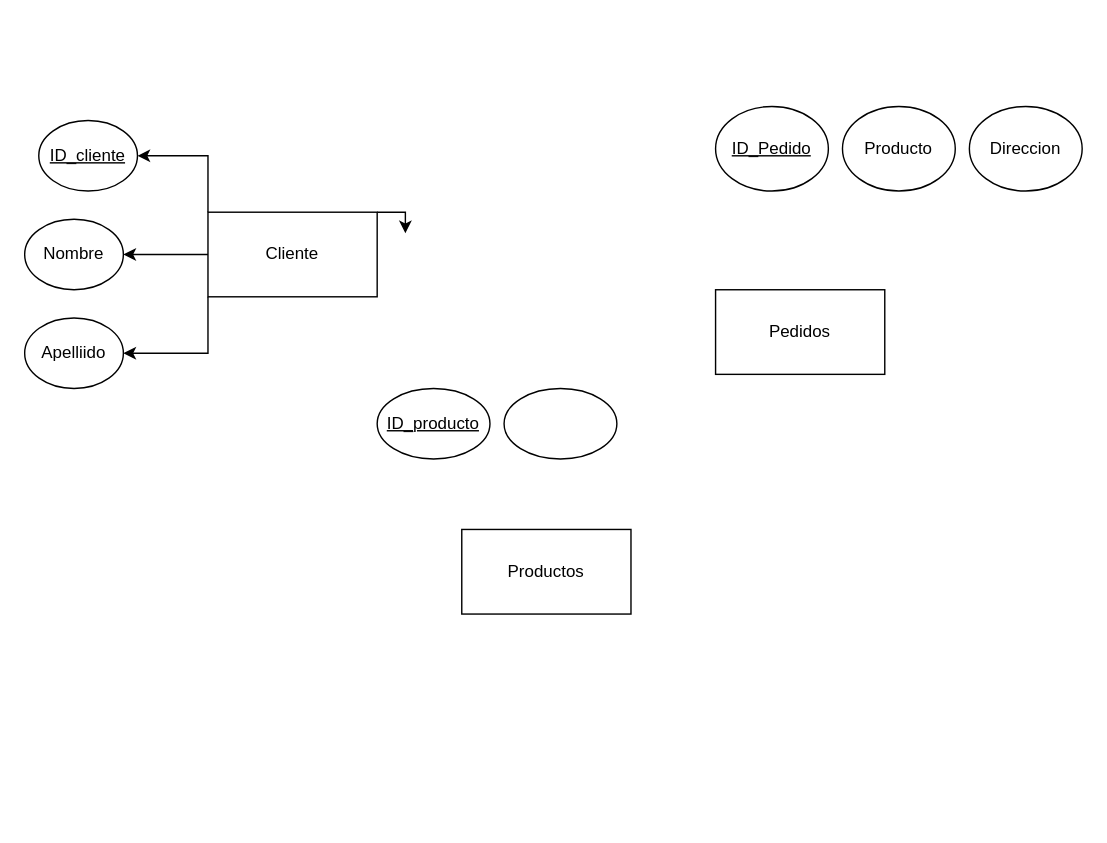
This is Unidad3_Actividad2_Diseño_de_DB.drawio from Fredyvalladares/DBA_Unidad-3, a draw.io file, before an edit. Source tidied: cells renumbered, new cells numbered last; positions are measured from the earlier drawing's top-left corner, leaving out a move shared by most shapes. Both pictures are drawn from the tidied source at 141%, with x=0, y=0 at pixel (24, 106).
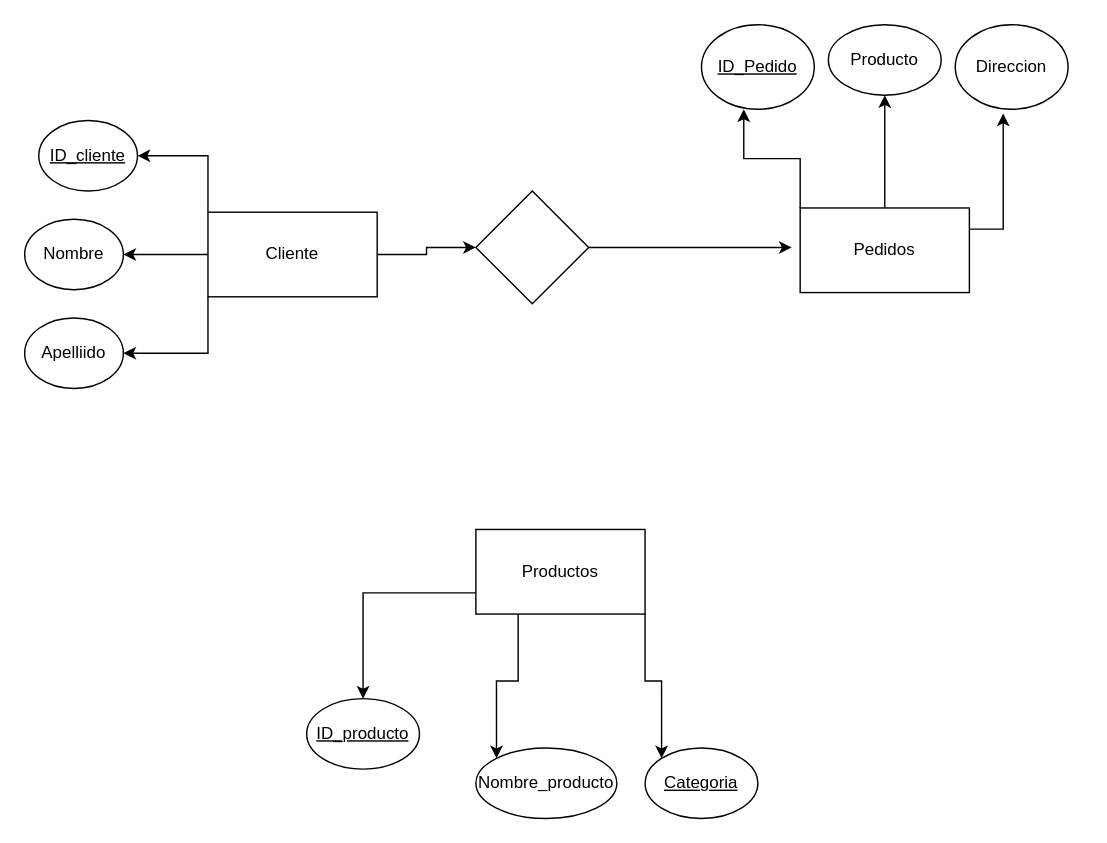
The same diagram, later.

Unchanged cells that the change refers to:
```xml
<mxCell id="6" value="Cliente" style="rounded=0;whiteSpace=wrap;html=1;" parent="1" vertex="1">
  <mxGeometry x="130" y="75" width="120" height="60" as="geometry" />
</mxCell>
```

Change to the diagram source:
```diff
@@
-    <mxCell id="2" style="edgeStyle=orthogonalEdgeStyle;rounded=0;jettySize=auto;html=1;exitX=1;exitY=0;exitDx=0;exitDy=0;" parent="1" edge="1" source="6">
-      <mxGeometry relative="1" as="geometry">
-        <mxPoint x="270" y="90" as="targetPoint" />
-      </mxGeometry>
-    </mxCell>
@@
+    <mxCell id="17" style="edgeStyle=orthogonalEdgeStyle;rounded=0;jettySize=auto;html=1;exitX=1;exitY=0.5;exitDx=0;exitDy=0;entryX=0;entryY=0.5;entryDx=0;entryDy=0;" parent="1" edge="1" source="6" target="26">
+      <mxGeometry relative="1" as="geometry" />
+    </mxCell>
@@
+    <mxCell id="18" style="edgeStyle=orthogonalEdgeStyle;rounded=0;jettySize=auto;html=1;exitX=0;exitY=0.75;exitDx=0;exitDy=0;entryX=0.5;entryY=0;entryDx=0;entryDy=0;" parent="1" edge="1" source="7" target="15">
+      <mxGeometry relative="1" as="geometry" />
+    </mxCell>
+    <mxCell id="19" style="edgeStyle=orthogonalEdgeStyle;rounded=0;jettySize=auto;html=1;exitX=0.25;exitY=1;exitDx=0;exitDy=0;entryX=0;entryY=0;entryDx=0;entryDy=0;" parent="1" edge="1" source="7" target="16">
+      <mxGeometry relative="1" as="geometry" />
+    </mxCell>
+    <mxCell id="20" style="edgeStyle=orthogonalEdgeStyle;rounded=0;jettySize=auto;html=1;exitX=1;exitY=1;exitDx=0;exitDy=0;entryX=0;entryY=0;entryDx=0;entryDy=0;" parent="1" edge="1" source="7" target="24">
+      <mxGeometry relative="1" as="geometry" />
+    </mxCell>
     <mxCell id="7" value="Productos" style="rounded=0;whiteSpace=wrap;html=1;" parent="1" vertex="1">
-      <mxGeometry x="310" y="300" width="120" height="60" as="geometry" />
+      <mxGeometry x="320" y="300" width="120" height="60" as="geometry" />
     </mxCell>
+    <mxCell id="21" style="edgeStyle=orthogonalEdgeStyle;rounded=0;jettySize=auto;html=1;exitX=0;exitY=0;exitDx=0;exitDy=0;entryX=0.375;entryY=1;entryDx=0;entryDy=0;entryPerimeter=0;" parent="1" edge="1" source="8" target="14">
+      <mxGeometry relative="1" as="geometry" />
+    </mxCell>
+    <mxCell id="22" style="edgeStyle=orthogonalEdgeStyle;rounded=0;jettySize=auto;html=1;exitX=0.5;exitY=0;exitDx=0;exitDy=0;entryX=0.5;entryY=1;entryDx=0;entryDy=0;" parent="1" edge="1" source="8" target="13">
+      <mxGeometry relative="1" as="geometry" />
+    </mxCell>
+    <mxCell id="23" style="edgeStyle=orthogonalEdgeStyle;rounded=0;jettySize=auto;html=1;exitX=1;exitY=0.25;exitDx=0;exitDy=0;entryX=0.425;entryY=1.05;entryDx=0;entryDy=0;entryPerimeter=0;" parent="1" edge="1" source="8" target="12">
+      <mxGeometry relative="1" as="geometry" />
+    </mxCell>
     <mxCell id="8" value="Pedidos" style="rounded=0;whiteSpace=wrap;html=1;" parent="1" vertex="1">
-      <mxGeometry x="490" y="130" width="120" height="60" as="geometry" />
+      <mxGeometry x="550" y="72" width="120" height="60" as="geometry" />
     </mxCell>
@@
     <mxCell id="12" value="Direccion" style="ellipse;whiteSpace=wrap;html=1;" parent="1" vertex="1">
-      <mxGeometry x="670" width="80" height="60" as="geometry" />
+      <mxGeometry x="660" y="-58" width="80" height="60" as="geometry" />
     </mxCell>
     <mxCell id="13" value="Producto" style="ellipse;whiteSpace=wrap;html=1;" parent="1" vertex="1">
-      <mxGeometry x="580" width="80" height="60" as="geometry" />
+      <mxGeometry x="570" y="-58" width="80" height="50" as="geometry" />
     </mxCell>
     <mxCell id="14" value="&lt;u&gt;ID_Pedido&lt;/u&gt;" style="ellipse;whiteSpace=wrap;html=1;" parent="1" vertex="1">
-      <mxGeometry x="490" width="80" height="60" as="geometry" />
+      <mxGeometry x="480" y="-58" width="80" height="60" as="geometry" />
     </mxCell>
     <mxCell id="15" value="&lt;u&gt;ID_producto&lt;/u&gt;" style="ellipse;whiteSpace=wrap;html=1;" parent="1" vertex="1">
-      <mxGeometry x="250" y="200" width="80" height="50" as="geometry" />
+      <mxGeometry x="200" y="420" width="80" height="50" as="geometry" />
     </mxCell>
-    <mxCell id="16" style="ellipse;whiteSpace=wrap;html=1;" parent="1" vertex="1">
-      <mxGeometry x="340" y="200" width="80" height="50" as="geometry" />
+    <mxCell id="16" value="Nombre_producto" style="ellipse;whiteSpace=wrap;html=1;" parent="1" vertex="1">
+      <mxGeometry x="320" y="455" width="100" height="50" as="geometry" />
     </mxCell>
+    <mxCell id="24" value="&lt;u&gt;Categoria&lt;br&gt;&lt;/u&gt;" style="ellipse;whiteSpace=wrap;html=1;" parent="1" vertex="1">
+      <mxGeometry x="440" y="455" width="80" height="50" as="geometry" />
+    </mxCell>
+    <mxCell id="25" style="edgeStyle=orthogonalEdgeStyle;rounded=0;jettySize=auto;html=1;exitX=1;exitY=0.5;exitDx=0;exitDy=0;entryX=-0.05;entryY=0.467;entryDx=0;entryDy=0;entryPerimeter=0;" parent="1" edge="1" source="26" target="8">
+      <mxGeometry relative="1" as="geometry" />
+    </mxCell>
+    <mxCell id="26" style="rhombus;whiteSpace=wrap;html=1;" parent="1" vertex="1">
+      <mxGeometry x="320" y="60" width="80" height="80" as="geometry" />
+    </mxCell>
```
